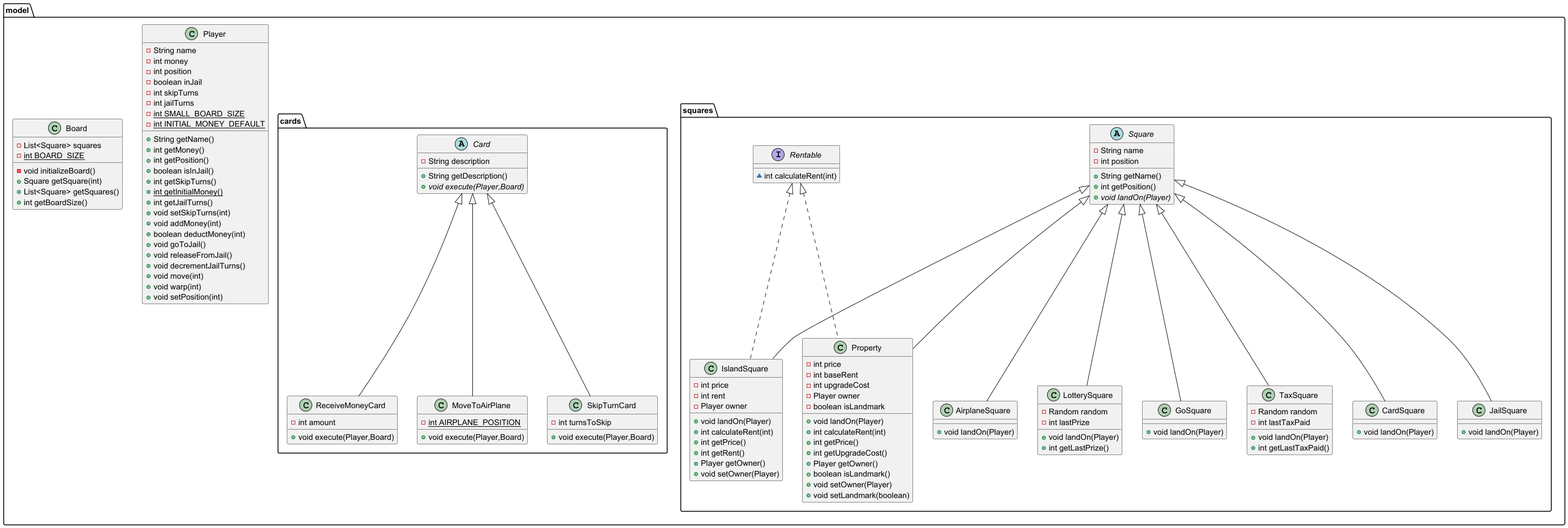
This is src/main/resources/UMLModel.png from Boonnapod/Programming_Methodology_Project, a PlantUML export, as it was before one commit.
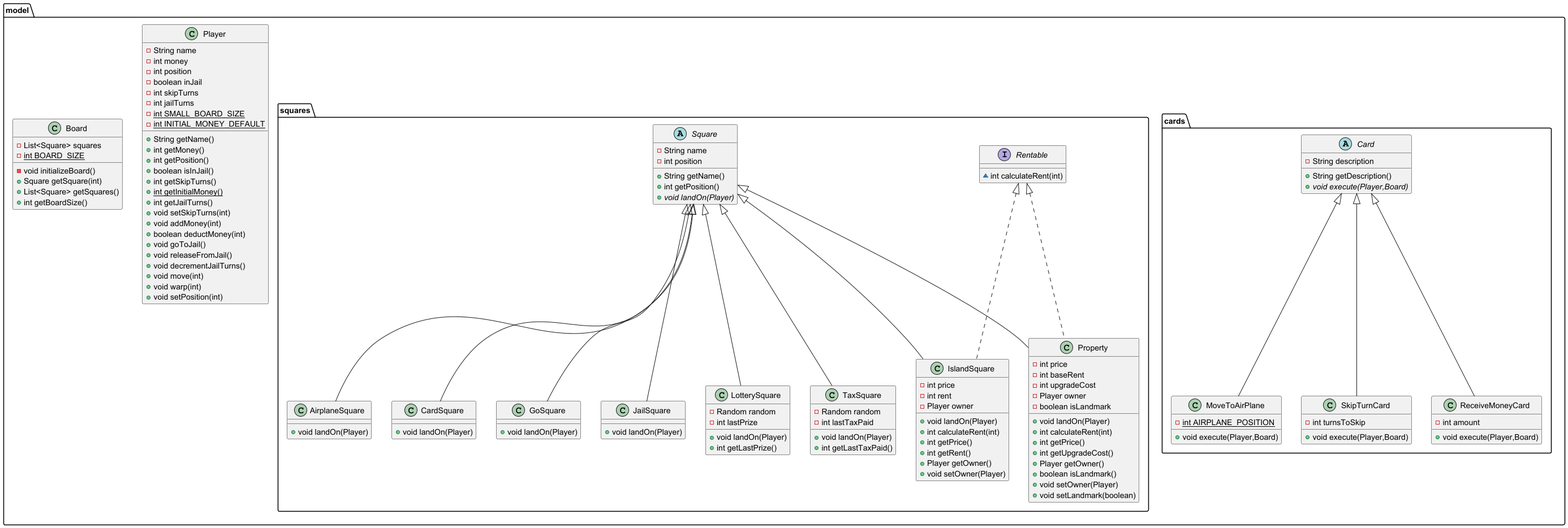
The same diagram one commit later.

Diff of the diagram source:
```diff
@@ -1,42 +1,4 @@
 @startuml
-class model.squares.IslandSquare {
-- int price
-- int rent
-- Player owner
-+ void landOn(Player)
-+ int calculateRent(int)
-+ int getPrice()
-+ int getRent()
-+ Player getOwner()
-+ void setOwner(Player)
-}
-
-
-abstract class model.cards.Card {
-- String description
-+ String getDescription()
-+ {abstract}void execute(Player,Board)
-}
-
-
-class model.squares.CardSquare {
-+ void landOn(Player)
-}
-
-class model.squares.JailSquare {
-+ void landOn(Player)
-}
-
-class model.cards.SkipTurnCard {
-- int turnsToSkip
-+ void execute(Player,Board)
-}
-
-
-class model.squares.AirplaneSquare {
-+ void landOn(Player)
-}
-
 class model.cards.ReceiveMoneyCard {
 - int amount
 + void execute(Player,Board)
@@ -51,12 +13,51 @@
 }
 
 
-abstract class model.squares.Square {
-- String name
-- int position
-+ String getName()
-+ int getPosition()
-+ {abstract}void landOn(Player)
+class model.squares.AirplaneSquare {
++ void landOn(Player)
+}
+
+interface model.squares.Rentable {
+~ int calculateRent(int)
+}
+
+abstract class model.cards.Card {
+- String description
++ String getDescription()
++ {abstract}void execute(Player,Board)
+}
+
+
+class model.cards.MoveToAirPlane {
+- {static} int AIRPLANE_POSITION
++ void execute(Player,Board)
+}
+
+
+class model.squares.IslandSquare {
+- int price
+- int rent
+- Player owner
++ void landOn(Player)
++ int calculateRent(int)
++ int getPrice()
++ int getRent()
++ Player getOwner()
++ void setOwner(Player)
+}
+
+
+class model.cards.SkipTurnCard {
+- int turnsToSkip
++ void execute(Player,Board)
+}
+
+
+class model.squares.TaxSquare {
+- Random random
+- int lastTaxPaid
++ void landOn(Player)
++ int getLastTaxPaid()
 }
 
 
@@ -88,9 +89,22 @@
 }
 
 
-class model.cards.MoveToAirPlane {
-- {static} int AIRPLANE_POSITION
-+ void execute(Player,Board)
+class model.Board {
+- List<Square> squares
+- {static} int BOARD_SIZE
+- void initializeBoard()
++ Square getSquare(int)
++ List<Square> getSquares()
++ int getBoardSize()
+}
+
+
+abstract class model.squares.Square {
+- String name
+- int position
++ String getName()
++ int getPosition()
++ {abstract}void landOn(Player)
 }
 
 
@@ -111,45 +125,31 @@
 }
 
 
+class model.squares.CardSquare {
++ void landOn(Player)
+}
+
 class model.squares.GoSquare {
 + void landOn(Player)
 }
 
-class model.squares.TaxSquare {
-- Random random
-- int lastTaxPaid
+class model.squares.JailSquare {
 + void landOn(Player)
-+ int getLastTaxPaid()
-}
-
-
-class model.Board {
-- List<Square> squares
-- {static} int BOARD_SIZE
-- void initializeBoard()
-+ Square getSquare(int)
-+ List<Square> getSquares()
-+ int getBoardSize()
-}
-
-
-interface model.squares.Rentable {
-~ int calculateRent(int)
 }
 
 
 
+model.cards.Card <|-- model.cards.ReceiveMoneyCard
+model.squares.Square <|-- model.squares.LotterySquare
+model.squares.Square <|-- model.squares.AirplaneSquare
+model.cards.Card <|-- model.cards.MoveToAirPlane
 model.squares.Rentable <|.. model.squares.IslandSquare
 model.squares.Square <|-- model.squares.IslandSquare
-model.squares.Square <|-- model.squares.CardSquare
-model.squares.Square <|-- model.squares.JailSquare
 model.cards.Card <|-- model.cards.SkipTurnCard
-model.squares.Square <|-- model.squares.AirplaneSquare
-model.cards.Card <|-- model.cards.ReceiveMoneyCard
-model.squares.Square <|-- model.squares.LotterySquare
-model.cards.Card <|-- model.cards.MoveToAirPlane
+model.squares.Square <|-- model.squares.TaxSquare
 model.squares.Rentable <|.. model.squares.Property
 model.squares.Square <|-- model.squares.Property
+model.squares.Square <|-- model.squares.CardSquare
 model.squares.Square <|-- model.squares.GoSquare
-model.squares.Square <|-- model.squares.TaxSquare
+model.squares.Square <|-- model.squares.JailSquare
 @enduml
```
